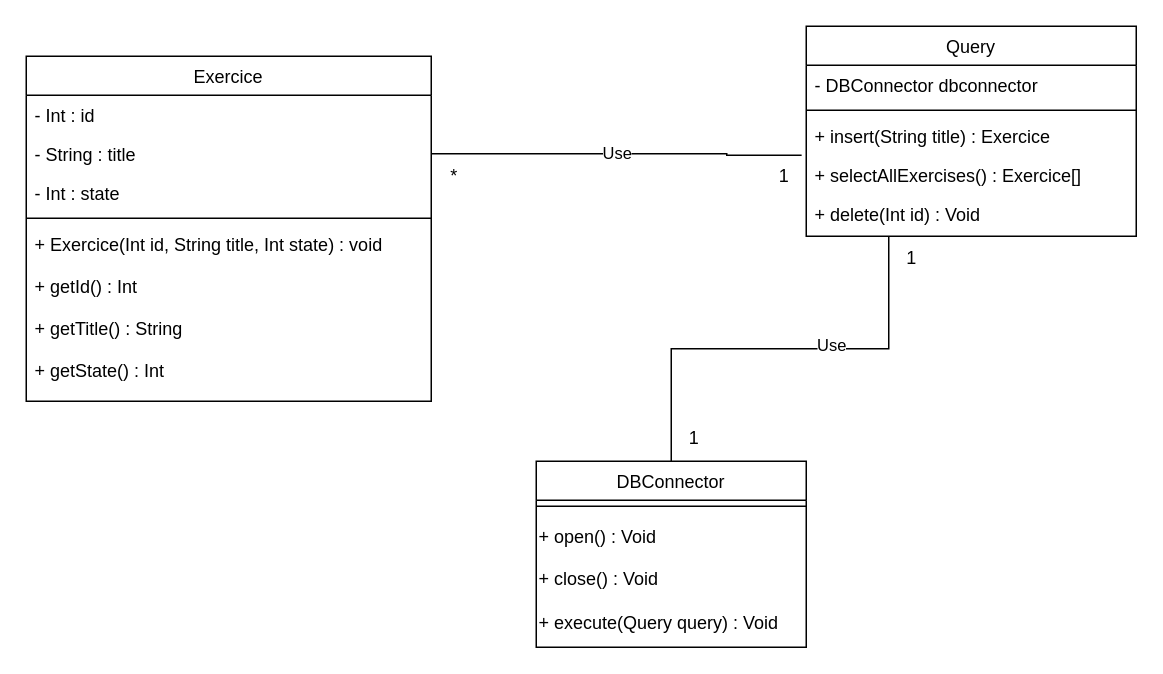
Above: Documentation/DiagrammeClasse_JBD.drawio in CPNV-ES/MAW1.1-JLR-JBD (draw.io), before the change. Source tidied: cells renumbered, new cells numbered last; positions are measured from the earlier drawing's top-left corner, leaving out a move shared by most shapes. Both pictures are drawn from the tidied source at 150%, with x=0, y=0 at pixel (26, 26).
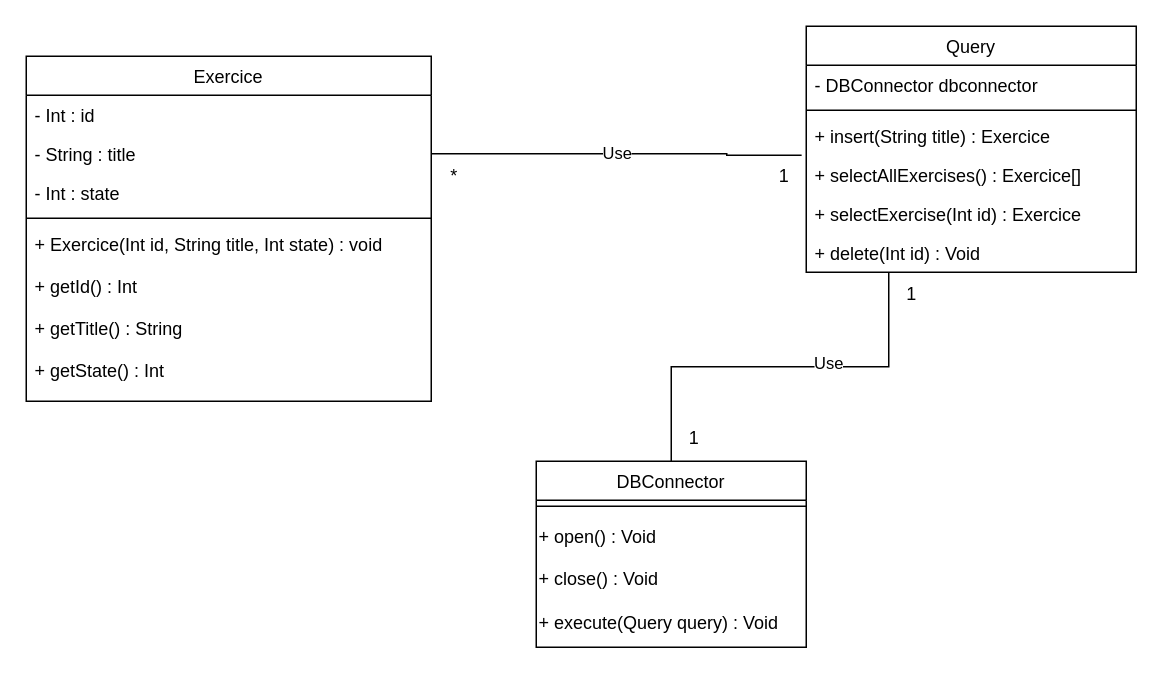
After the change.

Commit message (it also covers changes not shown here):
finished class diagram

Diff of the diagram source:
```diff
@@
     <mxCell id="13" value="Query" style="swimlane;fontStyle=0;align=center;verticalAlign=top;horizontal=1;startSize=26;rounded=0;shadow=0;strokeWidth=1;" parent="1" vertex="1">
-      <mxGeometry x="520" width="220" height="140" as="geometry" />
+      <mxGeometry x="520" width="220" height="164" as="geometry" />
     </mxCell>
@@
+    <mxCell id="24" value="+ selectExercise(Int id) : Exercice" style="text;align=left;verticalAlign=top;spacingLeft=4;spacingRight=4;overflow=hidden;" parent="13" vertex="1">
+      <mxGeometry y="112" width="220" height="26" as="geometry" />
+    </mxCell>
     <mxCell id="18" value="+ delete(Int id) : Void" style="text;align=left;verticalAlign=top;spacingLeft=4;spacingRight=4;overflow=hidden;" parent="13" vertex="1">
-      <mxGeometry y="112" width="220" height="26" as="geometry" />
+      <mxGeometry y="138" width="220" height="26" as="geometry" />
     </mxCell>
@@
     <mxCell id="22" value="1" style="text;html=1;align=center;verticalAlign=middle;strokeColor=none;fillColor=none;" parent="1" vertex="1">
-      <mxGeometry x="575" y="140" width="30" height="30" as="geometry" />
+      <mxGeometry x="575" y="164" width="30" height="30" as="geometry" />
     </mxCell>
```
